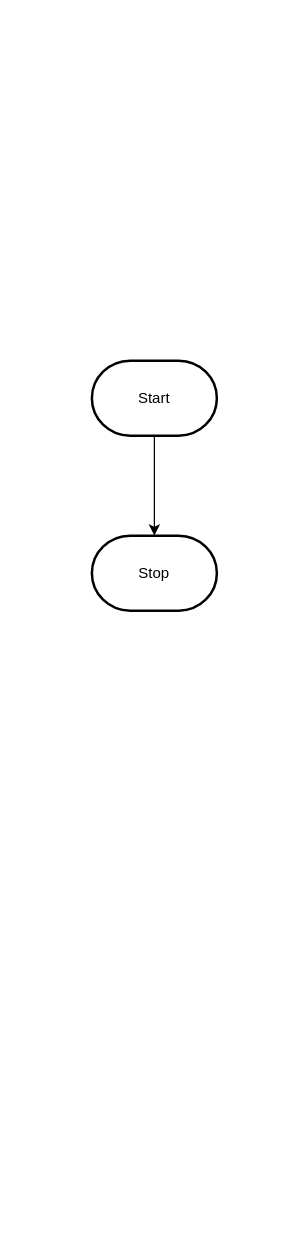
Earlier version of the draw.io diagram design/flowchart.drawio (MTHS-ICS2O-2-2022/ICS2O-Unit-3-02-Fares-Abdelkader). Source tidied: cells renumbered, new cells numbered last; positions are measured from the earlier drawing's top-left corner, leaving out a move shared by most shapes. Both pictures are drawn from the tidied source at 125%, with x=0, y=0 at pixel (91, 360).
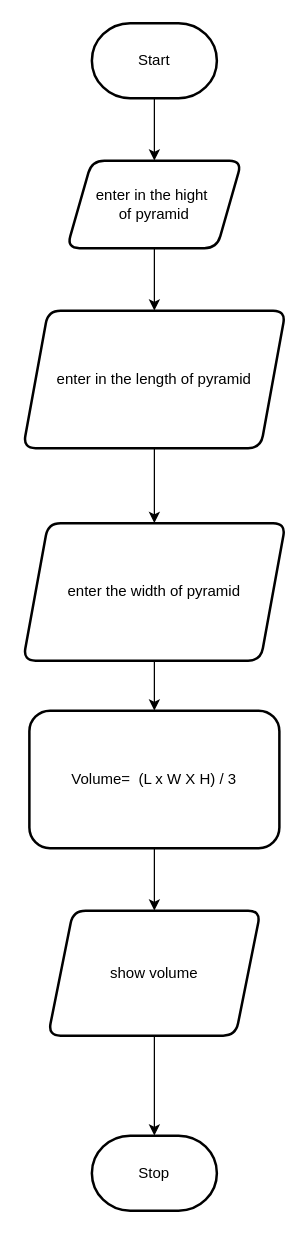
After the change.

Diff of the diagram source:
```diff
@@
 <mxGraphModel>
   <root>
     <mxCell id="0" />
     <mxCell id="1" parent="0" />
-    <mxCell id="2" style="edgeStyle=orthogonalEdgeStyle;html=1;rounded=0;" parent="1" edge="1" source="3" target="4">
-      <mxGeometry relative="1" as="geometry" />
-    </mxCell>
+    <mxCell id="5" style="edgeStyle=none;html=1;" parent="1" edge="1" source="3">
+      <mxGeometry relative="1" as="geometry">
+        <mxPoint x="50" y="-160" as="targetPoint" />
+      </mxGeometry>
+    </mxCell>
     <mxCell id="3" value="Start" style="strokeWidth=2;html=1;shape=mxgraph.flowchart.terminator;whiteSpace=wrap;" parent="1" vertex="1">
-      <mxGeometry width="100" height="60" as="geometry" />
+      <mxGeometry y="-270" width="100" height="60" as="geometry" />
     </mxCell>
     <mxCell id="4" value="Stop" style="strokeWidth=2;html=1;shape=mxgraph.flowchart.terminator;whiteSpace=wrap;" parent="1" vertex="1">
-      <mxGeometry y="140" width="100" height="60" as="geometry" />
+      <mxGeometry y="620" width="100" height="60" as="geometry" />
     </mxCell>
+    <mxCell id="6" style="edgeStyle=none;html=1;" parent="1" edge="1" source="7" target="9">
+      <mxGeometry relative="1" as="geometry" />
+    </mxCell>
+    <mxCell id="7" value="enter in the hight&amp;nbsp;&lt;br&gt;of pyramid" style="shape=parallelogram;perimeter=parallelogramPerimeter;whiteSpace=wrap;html=1;fixedSize=1;rounded=1;strokeWidth=2;" parent="1" vertex="1">
+      <mxGeometry x="-20" y="-160" width="140" height="70" as="geometry" />
+    </mxCell>
+    <mxCell id="8" style="edgeStyle=none;html=1;entryX=0.5;entryY=0;entryDx=0;entryDy=0;" parent="1" edge="1" source="9" target="11">
+      <mxGeometry relative="1" as="geometry" />
+    </mxCell>
+    <mxCell id="9" value="enter in the length&amp;nbsp;of pyramid" style="shape=parallelogram;perimeter=parallelogramPerimeter;whiteSpace=wrap;html=1;fixedSize=1;rounded=1;strokeWidth=2;" parent="1" vertex="1">
+      <mxGeometry x="-55" y="-40" width="210" height="110" as="geometry" />
+    </mxCell>
+    <mxCell id="10" style="edgeStyle=none;html=1;" parent="1" edge="1" source="11" target="13">
+      <mxGeometry relative="1" as="geometry" />
+    </mxCell>
+    <mxCell id="11" value="enter the width of pyramid" style="shape=parallelogram;perimeter=parallelogramPerimeter;whiteSpace=wrap;html=1;fixedSize=1;rounded=1;strokeWidth=2;" parent="1" vertex="1">
+      <mxGeometry x="-55" y="130" width="210" height="110" as="geometry" />
+    </mxCell>
+    <mxCell id="12" style="edgeStyle=none;html=1;" parent="1" edge="1" source="13" target="15">
+      <mxGeometry relative="1" as="geometry" />
+    </mxCell>
+    <mxCell id="13" value="Volume= &amp;nbsp;(L x W X H) / 3" style="whiteSpace=wrap;html=1;rounded=1;strokeWidth=2;" parent="1" vertex="1">
+      <mxGeometry x="-50" y="280" width="200" height="110" as="geometry" />
+    </mxCell>
+    <mxCell id="14" style="edgeStyle=none;html=1;entryX=0.5;entryY=0;entryDx=0;entryDy=0;entryPerimeter=0;" parent="1" edge="1" source="15" target="4">
+      <mxGeometry relative="1" as="geometry" />
+    </mxCell>
+    <mxCell id="15" value="show volume" style="shape=parallelogram;perimeter=parallelogramPerimeter;whiteSpace=wrap;html=1;fixedSize=1;rounded=1;strokeWidth=2;" parent="1" vertex="1">
+      <mxGeometry x="-35" y="440" width="170" height="100" as="geometry" />
+    </mxCell>
   </root>
 </mxGraphModel>
```
